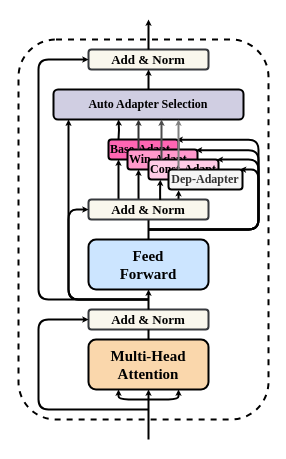
The draw.io diagram 未命名绘图.drawio in Wiselnn570/dialogue-system, before the edit. Source tidied: cells renumbered, new cells numbered last; positions are measured from the earlier drawing's top-left corner, leaving out a move shared by most shapes. Both pictures are drawn from the tidied source at 100%, with x=0, y=0 at pixel (18, 19).
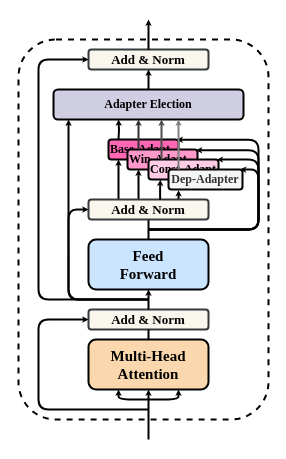
After the change.

The edit, as a diff of the source:
```diff
@@
-    <mxCell id="30" value="&lt;b&gt;Auto Adapter Selection&lt;/b&gt;" style="rounded=1;whiteSpace=wrap;html=1;fillStyle=auto;strokeColor=#000000;strokeWidth=2;fontFamily=Times New Roman;fillColor=#d0cee2;gradientDirection=north;" parent="1" vertex="1">
+    <mxCell id="30" value="&lt;b&gt;Adapter Election&lt;/b&gt;" style="rounded=1;whiteSpace=wrap;html=1;fillStyle=auto;strokeColor=#000000;strokeWidth=2;fontFamily=Times New Roman;fillColor=#d0cee2;gradientDirection=north;" parent="1" vertex="1">
       <mxGeometry x="35" y="70" width="190" height="30" as="geometry" />
     </mxCell>
```
